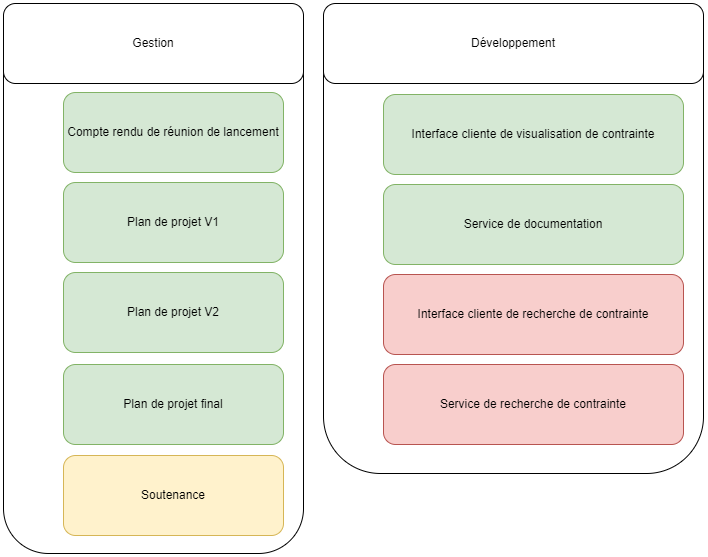
Earlier version of the draw.io export plan_management_projet/documents/IMG/PBS_final.png (Szyckaa/UE-PROJET-DOCS-GESTION). Source tidied: cells renumbered, new cells last; positions are measured from the earlier drawing's top-left corner, leaving out a move shared by most shapes. Source of this version:
```xml
<mxGraphModel>
  <root>
    <mxCell id="0" />
    <mxCell id="1" parent="0" />
    <mxCell id="2" style="rounded=1;whiteSpace=wrap;html=1;" parent="1" vertex="1">
      <mxGeometry x="320" width="380" height="470" as="geometry" />
    </mxCell>
    <mxCell id="3" style="rounded=1;whiteSpace=wrap;html=1;" parent="1" vertex="1">
      <mxGeometry width="300" height="550" as="geometry" />
    </mxCell>
    <mxCell id="4" value="Gestion" style="rounded=1;whiteSpace=wrap;html=1;" parent="1" vertex="1">
      <mxGeometry width="300" height="80" as="geometry" />
    </mxCell>
    <mxCell id="5" value="Compte rendu de réunion de lancement" style="rounded=1;whiteSpace=wrap;html=1;fillColor=#d5e8d4;strokeColor=#82b366;" parent="1" vertex="1">
      <mxGeometry x="60" y="89" width="220" height="80" as="geometry" />
    </mxCell>
    <mxCell id="6" value="Plan de projet V1" style="rounded=1;whiteSpace=wrap;html=1;fillColor=#d5e8d4;strokeColor=#82b366;" parent="1" vertex="1">
      <mxGeometry x="60" y="179" width="220" height="80" as="geometry" />
    </mxCell>
    <mxCell id="7" value="Plan de projet V2" style="rounded=1;whiteSpace=wrap;html=1;fillColor=#d5e8d4;strokeColor=#82b366;" parent="1" vertex="1">
      <mxGeometry x="60" y="269" width="220" height="80" as="geometry" />
    </mxCell>
    <mxCell id="8" value="Plan de projet final" style="rounded=1;whiteSpace=wrap;html=1;fillColor=#d5e8d4;strokeColor=#82b366;" parent="1" vertex="1">
      <mxGeometry x="60" y="361" width="220" height="80" as="geometry" />
    </mxCell>
    <mxCell id="9" value="Développement" style="rounded=1;whiteSpace=wrap;html=1;" parent="1" vertex="1">
      <mxGeometry x="320" width="380" height="80" as="geometry" />
    </mxCell>
    <mxCell id="10" value="Interface cliente de visualisation de contrainte" style="rounded=1;whiteSpace=wrap;html=1;fillColor=#d5e8d4;strokeColor=#82b366;" parent="1" vertex="1">
      <mxGeometry x="380" y="91" width="300" height="80" as="geometry" />
    </mxCell>
    <mxCell id="11" value="Service de documentation" style="rounded=1;whiteSpace=wrap;html=1;fillColor=#d5e8d4;strokeColor=#82b366;" parent="1" vertex="1">
      <mxGeometry x="380" y="181" width="300" height="80" as="geometry" />
    </mxCell>
    <mxCell id="12" value="Soutenance" style="rounded=1;whiteSpace=wrap;html=1;fillColor=#fff2cc;strokeColor=#d6b656;" parent="1" vertex="1">
      <mxGeometry x="60" y="452" width="220" height="80" as="geometry" />
    </mxCell>
    <mxCell id="13" value="Interface cliente de recherche de contrainte" style="rounded=1;whiteSpace=wrap;html=1;fillColor=#f8cecc;strokeColor=#b85450;" parent="1" vertex="1">
      <mxGeometry x="380" y="271" width="300" height="80" as="geometry" />
    </mxCell>
    <mxCell id="14" value="Service de recherche de contrainte" style="rounded=1;whiteSpace=wrap;html=1;fillColor=#f8cecc;strokeColor=#b85450;" parent="1" vertex="1">
      <mxGeometry x="380" y="361" width="300" height="80" as="geometry" />
    </mxCell>
  </root>
</mxGraphModel>
```
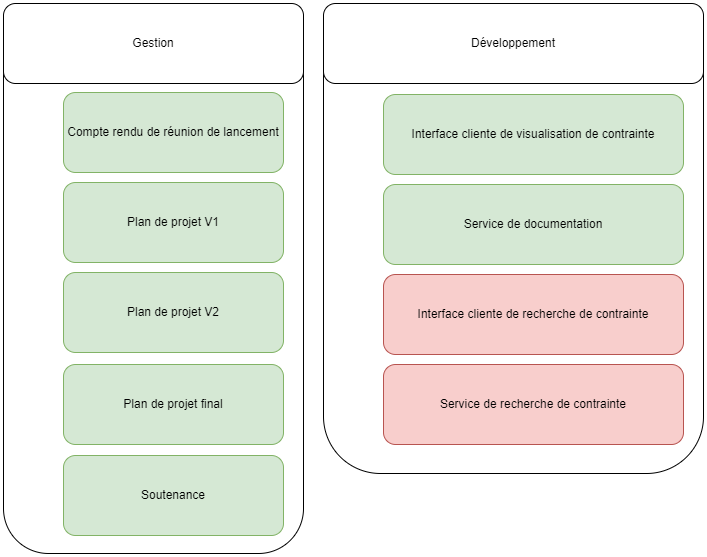
Above is the later version.

What changed in the source:
```diff
@@ -32,7 +32,7 @@
     <mxCell id="11" value="Service de documentation" style="rounded=1;whiteSpace=wrap;html=1;fillColor=#d5e8d4;strokeColor=#82b366;" parent="1" vertex="1">
       <mxGeometry x="380" y="181" width="300" height="80" as="geometry" />
     </mxCell>
-    <mxCell id="12" value="Soutenance" style="rounded=1;whiteSpace=wrap;html=1;fillColor=#fff2cc;strokeColor=#d6b656;" parent="1" vertex="1">
+    <mxCell id="12" value="Soutenance" style="rounded=1;whiteSpace=wrap;html=1;fillColor=#d5e8d4;strokeColor=#82b366;" parent="1" vertex="1">
       <mxGeometry x="60" y="452" width="220" height="80" as="geometry" />
     </mxCell>
     <mxCell id="13" value="Interface cliente de recherche de contrainte" style="rounded=1;whiteSpace=wrap;html=1;fillColor=#f8cecc;strokeColor=#b85450;" parent="1" vertex="1">
```
